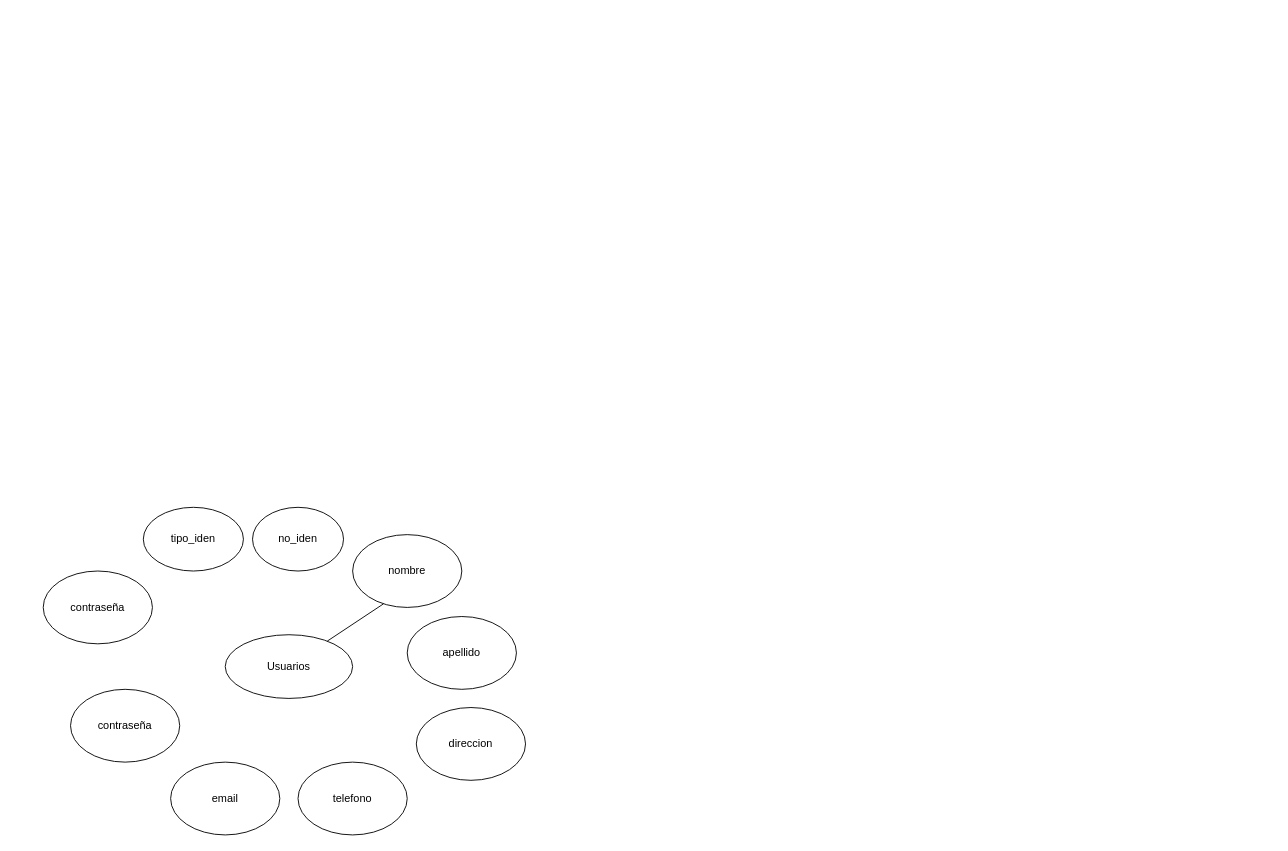
This is Proyecto_Desarrollo.drawio from Memo231823/ProyectoP, a draw.io file, before an edit. Source tidied: cells renumbered, new cells numbered last; positions are measured from the earlier drawing's top-left corner, leaving out a move shared by most shapes. Both pictures are drawn from the tidied source at 91%, with x=0, y=0 at pixel (43, 507).
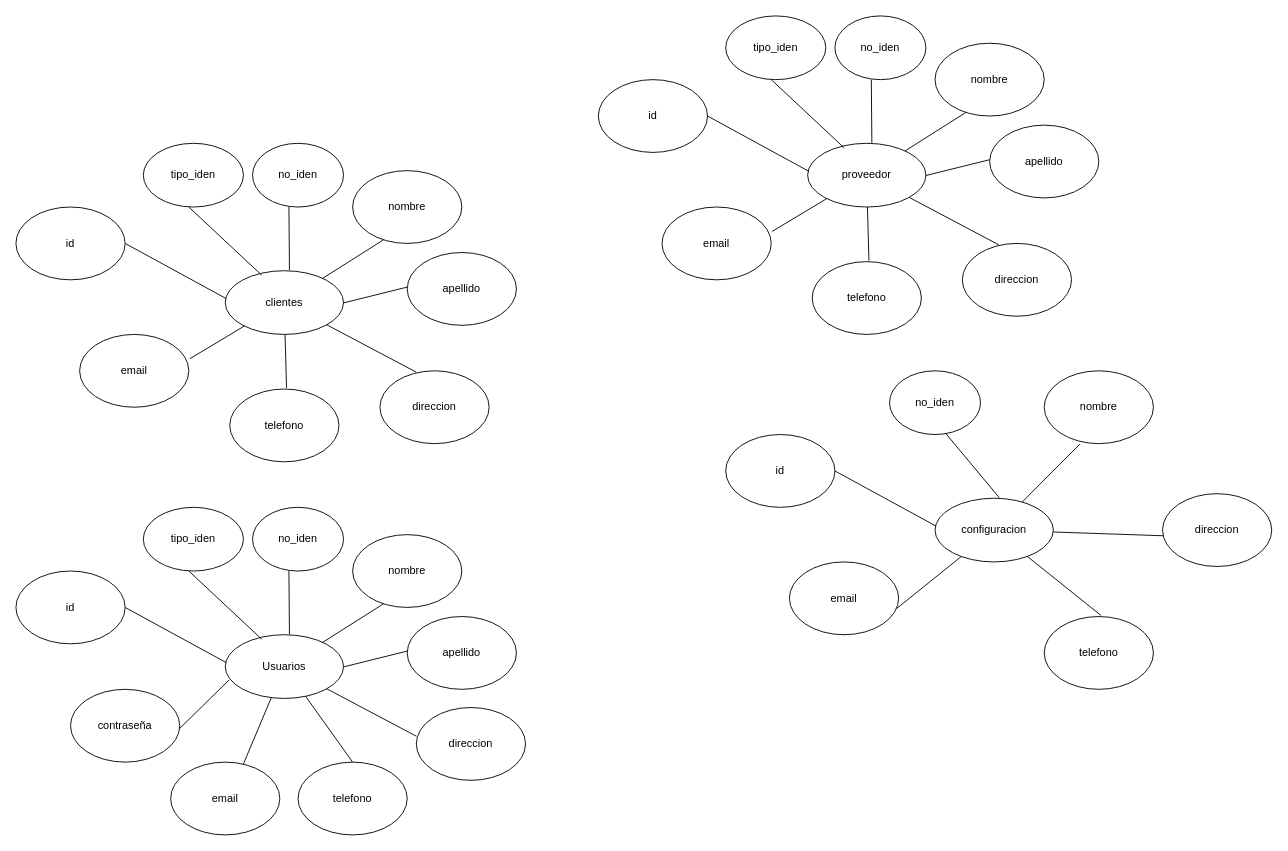
The same page after the edit.

What changed in the source:
```diff
@@
     <mxCell id="2" value="Usuarios" style="ellipse;whiteSpace=wrap;html=1;" parent="1" vertex="1">
-      <mxGeometry x="200" y="140" width="140" height="70" as="geometry" />
+      <mxGeometry x="200" y="140" width="130" height="70" as="geometry" />
     </mxCell>
@@
-    <mxCell id="11" value="contraseña" style="ellipse;whiteSpace=wrap;html=1;" parent="1" vertex="1">
-      <mxGeometry y="70" width="120" height="80" as="geometry" />
-    </mxCell>
@@
+    <mxCell id="13" style="endArrow=none;html=1;rounded=0;exitX=0.998;exitY=0.506;exitDx=0;exitDy=0;exitPerimeter=0;" parent="1" edge="1" source="2">
+      <mxGeometry relative="1" as="geometry">
+        <mxPoint x="400" y="158" as="targetPoint" />
+      </mxGeometry>
+    </mxCell>
+    <mxCell id="14" style="endArrow=none;html=1;rounded=0;" parent="1" edge="1" source="2">
+      <mxGeometry relative="1" as="geometry">
+        <mxPoint x="410" y="251.5" as="targetPoint" />
+      </mxGeometry>
+    </mxCell>
+    <mxCell id="15" value="id" style="ellipse;whiteSpace=wrap;html=1;" parent="1" vertex="1">
+      <mxGeometry x="-30" y="70" width="120" height="80" as="geometry" />
+    </mxCell>
+    <mxCell id="16" style="endArrow=none;html=1;rounded=0;" parent="1" edge="1" source="2">
+      <mxGeometry relative="1" as="geometry">
+        <mxPoint x="340" y="280" as="targetPoint" />
+      </mxGeometry>
+    </mxCell>
+    <mxCell id="17" style="endArrow=none;html=1;rounded=0;" parent="1" edge="1" source="2">
+      <mxGeometry relative="1" as="geometry">
+        <mxPoint x="220" y="282" as="targetPoint" />
+      </mxGeometry>
+    </mxCell>
+    <mxCell id="18" style="endArrow=none;html=1;rounded=0;exitX=0.032;exitY=0.711;exitDx=0;exitDy=0;exitPerimeter=0;" parent="1" edge="1" source="2">
+      <mxGeometry relative="1" as="geometry">
+        <mxPoint x="150" y="243" as="targetPoint" />
+      </mxGeometry>
+    </mxCell>
+    <mxCell id="19" style="endArrow=none;html=1;rounded=0;exitX=0.008;exitY=0.437;exitDx=0;exitDy=0;exitPerimeter=0;" parent="1" edge="1" source="2">
+      <mxGeometry relative="1" as="geometry">
+        <mxPoint x="90" y="110" as="targetPoint" />
+      </mxGeometry>
+    </mxCell>
+    <mxCell id="20" style="endArrow=none;html=1;rounded=0;exitX=0.309;exitY=0.071;exitDx=0;exitDy=0;exitPerimeter=0;" parent="1" edge="1" source="2">
+      <mxGeometry relative="1" as="geometry">
+        <mxPoint x="160" y="70" as="targetPoint" />
+      </mxGeometry>
+    </mxCell>
+    <mxCell id="21" style="endArrow=none;html=1;rounded=0;exitX=0.543;exitY=-0.009;exitDx=0;exitDy=0;exitPerimeter=0;" parent="1" edge="1" source="2">
+      <mxGeometry relative="1" as="geometry">
+        <mxPoint x="270" y="70" as="targetPoint" />
+      </mxGeometry>
+    </mxCell>
+    <mxCell id="22" value="clientes" style="ellipse;whiteSpace=wrap;html=1;" parent="1" vertex="1">
+      <mxGeometry x="200" y="-260" width="130" height="70" as="geometry" />
+    </mxCell>
+    <mxCell id="23" value="tipo_iden" style="ellipse;whiteSpace=wrap;html=1;" parent="1" vertex="1">
+      <mxGeometry x="110" y="-400" width="110" height="70" as="geometry" />
+    </mxCell>
+    <mxCell id="24" value="no_iden" style="ellipse;whiteSpace=wrap;html=1;" parent="1" vertex="1">
+      <mxGeometry x="230" y="-400" width="100" height="70" as="geometry" />
+    </mxCell>
+    <mxCell id="25" value="nombre" style="ellipse;whiteSpace=wrap;html=1;" parent="1" vertex="1">
+      <mxGeometry x="340" y="-370" width="120" height="80" as="geometry" />
+    </mxCell>
+    <mxCell id="26" value="apellido" style="ellipse;whiteSpace=wrap;html=1;" parent="1" vertex="1">
+      <mxGeometry x="400" y="-280" width="120" height="80" as="geometry" />
+    </mxCell>
+    <mxCell id="27" value="direccion" style="ellipse;whiteSpace=wrap;html=1;" parent="1" vertex="1">
+      <mxGeometry x="370" y="-150" width="120" height="80" as="geometry" />
+    </mxCell>
+    <mxCell id="28" value="telefono" style="ellipse;whiteSpace=wrap;html=1;" parent="1" vertex="1">
+      <mxGeometry x="205" y="-130" width="120" height="80" as="geometry" />
+    </mxCell>
+    <mxCell id="29" value="email" style="ellipse;whiteSpace=wrap;html=1;" parent="1" vertex="1">
+      <mxGeometry x="40" y="-190" width="120" height="80" as="geometry" />
+    </mxCell>
+    <mxCell id="30" style="endArrow=none;html=1;rounded=0;" parent="1" edge="1" source="22">
+      <mxGeometry relative="1" as="geometry">
+        <mxPoint x="374" y="-294" as="targetPoint" />
+      </mxGeometry>
+    </mxCell>
+    <mxCell id="31" style="endArrow=none;html=1;rounded=0;exitX=0.998;exitY=0.506;exitDx=0;exitDy=0;exitPerimeter=0;" parent="1" edge="1" source="22">
+      <mxGeometry relative="1" as="geometry">
+        <mxPoint x="400" y="-242" as="targetPoint" />
+      </mxGeometry>
+    </mxCell>
+    <mxCell id="32" style="endArrow=none;html=1;rounded=0;" parent="1" edge="1" source="22">
+      <mxGeometry relative="1" as="geometry">
+        <mxPoint x="410" y="-148.5" as="targetPoint" />
+      </mxGeometry>
+    </mxCell>
+    <mxCell id="33" value="id" style="ellipse;whiteSpace=wrap;html=1;" parent="1" vertex="1">
+      <mxGeometry x="-30" y="-330" width="120" height="80" as="geometry" />
+    </mxCell>
+    <mxCell id="34" style="endArrow=none;html=1;rounded=0;entryX=0.52;entryY=-0.015;entryDx=0;entryDy=0;entryPerimeter=0;" parent="1" edge="1" source="22" target="28">
+      <mxGeometry relative="1" as="geometry" />
+    </mxCell>
+    <mxCell id="35" style="endArrow=none;html=1;rounded=0;entryX=1.008;entryY=0.335;entryDx=0;entryDy=0;entryPerimeter=0;" parent="1" edge="1" source="22" target="29">
+      <mxGeometry relative="1" as="geometry" />
+    </mxCell>
+    <mxCell id="36" style="endArrow=none;html=1;rounded=0;exitX=0.008;exitY=0.437;exitDx=0;exitDy=0;exitPerimeter=0;" parent="1" edge="1" source="22">
+      <mxGeometry relative="1" as="geometry">
+        <mxPoint x="90" y="-290" as="targetPoint" />
+      </mxGeometry>
+    </mxCell>
+    <mxCell id="37" style="endArrow=none;html=1;rounded=0;exitX=0.309;exitY=0.071;exitDx=0;exitDy=0;exitPerimeter=0;" parent="1" edge="1" source="22">
+      <mxGeometry relative="1" as="geometry">
+        <mxPoint x="160" y="-330" as="targetPoint" />
+      </mxGeometry>
+    </mxCell>
+    <mxCell id="38" style="endArrow=none;html=1;rounded=0;exitX=0.543;exitY=-0.009;exitDx=0;exitDy=0;exitPerimeter=0;" parent="1" edge="1" source="22">
+      <mxGeometry relative="1" as="geometry">
+        <mxPoint x="270" y="-330" as="targetPoint" />
+      </mxGeometry>
+    </mxCell>
+    <mxCell id="39" value="proveedor" style="ellipse;whiteSpace=wrap;html=1;" parent="1" vertex="1">
+      <mxGeometry x="840" y="-400" width="130" height="70" as="geometry" />
+    </mxCell>
+    <mxCell id="40" value="tipo_iden" style="ellipse;whiteSpace=wrap;html=1;" parent="1" vertex="1">
+      <mxGeometry x="750" y="-540" width="110" height="70" as="geometry" />
+    </mxCell>
+    <mxCell id="41" value="no_iden" style="ellipse;whiteSpace=wrap;html=1;" parent="1" vertex="1">
+      <mxGeometry x="870" y="-540" width="100" height="70" as="geometry" />
+    </mxCell>
+    <mxCell id="42" value="nombre" style="ellipse;whiteSpace=wrap;html=1;" parent="1" vertex="1">
+      <mxGeometry x="980" y="-510" width="120" height="80" as="geometry" />
+    </mxCell>
+    <mxCell id="43" value="apellido" style="ellipse;whiteSpace=wrap;html=1;" parent="1" vertex="1">
+      <mxGeometry x="1040" y="-420" width="120" height="80" as="geometry" />
+    </mxCell>
+    <mxCell id="44" value="direccion" style="ellipse;whiteSpace=wrap;html=1;" parent="1" vertex="1">
+      <mxGeometry x="1010" y="-290" width="120" height="80" as="geometry" />
+    </mxCell>
+    <mxCell id="45" value="telefono" style="ellipse;whiteSpace=wrap;html=1;" parent="1" vertex="1">
+      <mxGeometry x="845" y="-270" width="120" height="80" as="geometry" />
+    </mxCell>
+    <mxCell id="46" value="email" style="ellipse;whiteSpace=wrap;html=1;" parent="1" vertex="1">
+      <mxGeometry x="680" y="-330" width="120" height="80" as="geometry" />
+    </mxCell>
+    <mxCell id="47" style="endArrow=none;html=1;rounded=0;" parent="1" edge="1" source="39">
+      <mxGeometry relative="1" as="geometry">
+        <mxPoint x="1014" y="-434" as="targetPoint" />
+      </mxGeometry>
+    </mxCell>
+    <mxCell id="48" style="endArrow=none;html=1;rounded=0;exitX=0.998;exitY=0.506;exitDx=0;exitDy=0;exitPerimeter=0;" parent="1" edge="1" source="39">
+      <mxGeometry relative="1" as="geometry">
+        <mxPoint x="1040" y="-382" as="targetPoint" />
+      </mxGeometry>
+    </mxCell>
+    <mxCell id="49" style="endArrow=none;html=1;rounded=0;" parent="1" edge="1" source="39">
+      <mxGeometry relative="1" as="geometry">
+        <mxPoint x="1050" y="-288.5" as="targetPoint" />
+      </mxGeometry>
+    </mxCell>
+    <mxCell id="50" value="id" style="ellipse;whiteSpace=wrap;html=1;" parent="1" vertex="1">
+      <mxGeometry x="610" y="-470" width="120" height="80" as="geometry" />
+    </mxCell>
+    <mxCell id="51" style="endArrow=none;html=1;rounded=0;entryX=0.52;entryY=-0.015;entryDx=0;entryDy=0;entryPerimeter=0;" parent="1" edge="1" source="39" target="45">
+      <mxGeometry relative="1" as="geometry" />
+    </mxCell>
+    <mxCell id="52" style="endArrow=none;html=1;rounded=0;entryX=1.008;entryY=0.335;entryDx=0;entryDy=0;entryPerimeter=0;" parent="1" edge="1" source="39" target="46">
+      <mxGeometry relative="1" as="geometry" />
+    </mxCell>
+    <mxCell id="53" style="endArrow=none;html=1;rounded=0;exitX=0.008;exitY=0.437;exitDx=0;exitDy=0;exitPerimeter=0;" parent="1" edge="1" source="39">
+      <mxGeometry relative="1" as="geometry">
+        <mxPoint x="730" y="-430" as="targetPoint" />
+      </mxGeometry>
+    </mxCell>
+    <mxCell id="54" style="endArrow=none;html=1;rounded=0;exitX=0.309;exitY=0.071;exitDx=0;exitDy=0;exitPerimeter=0;" parent="1" edge="1" source="39">
+      <mxGeometry relative="1" as="geometry">
+        <mxPoint x="800" y="-470" as="targetPoint" />
+      </mxGeometry>
+    </mxCell>
+    <mxCell id="55" style="endArrow=none;html=1;rounded=0;exitX=0.543;exitY=-0.009;exitDx=0;exitDy=0;exitPerimeter=0;" parent="1" edge="1" source="39">
+      <mxGeometry relative="1" as="geometry">
+        <mxPoint x="910" y="-470" as="targetPoint" />
+      </mxGeometry>
+    </mxCell>
+    <mxCell id="56" value="configuracion" style="ellipse;whiteSpace=wrap;html=1;" parent="1" vertex="1">
+      <mxGeometry x="980" y="-10" width="130" height="70" as="geometry" />
+    </mxCell>
+    <mxCell id="57" value="no_iden" style="ellipse;whiteSpace=wrap;html=1;" parent="1" vertex="1">
+      <mxGeometry x="930" y="-150" width="100" height="70" as="geometry" />
+    </mxCell>
+    <mxCell id="58" value="nombre" style="ellipse;whiteSpace=wrap;html=1;" parent="1" vertex="1">
+      <mxGeometry x="1100" y="-150" width="120" height="80" as="geometry" />
+    </mxCell>
+    <mxCell id="59" value="direccion" style="ellipse;whiteSpace=wrap;html=1;" parent="1" vertex="1">
+      <mxGeometry x="1230" y="-15" width="120" height="80" as="geometry" />
+    </mxCell>
+    <mxCell id="60" value="telefono" style="ellipse;whiteSpace=wrap;html=1;" parent="1" vertex="1">
+      <mxGeometry x="1100" y="120" width="120" height="80" as="geometry" />
+    </mxCell>
+    <mxCell id="61" value="email" style="ellipse;whiteSpace=wrap;html=1;" parent="1" vertex="1">
+      <mxGeometry x="820" y="60" width="120" height="80" as="geometry" />
+    </mxCell>
+    <mxCell id="62" style="endArrow=none;html=1;rounded=0;entryX=0.328;entryY=1.005;entryDx=0;entryDy=0;entryPerimeter=0;" parent="1" edge="1" source="56" target="58">
+      <mxGeometry relative="1" as="geometry" />
+    </mxCell>
+    <mxCell id="63" style="endArrow=none;html=1;rounded=0;entryX=0.005;entryY=0.578;entryDx=0;entryDy=0;entryPerimeter=0;" parent="1" edge="1" source="56" target="59">
+      <mxGeometry relative="1" as="geometry" />
+    </mxCell>
+    <mxCell id="64" value="id" style="ellipse;whiteSpace=wrap;html=1;" parent="1" vertex="1">
+      <mxGeometry x="750" y="-80" width="120" height="80" as="geometry" />
+    </mxCell>
+    <mxCell id="65" style="endArrow=none;html=1;rounded=0;entryX=0.52;entryY=-0.015;entryDx=0;entryDy=0;entryPerimeter=0;" parent="1" edge="1" source="56" target="60">
+      <mxGeometry relative="1" as="geometry" />
+    </mxCell>
+    <mxCell id="66" style="endArrow=none;html=1;rounded=0;entryX=0.982;entryY=0.64;entryDx=0;entryDy=0;entryPerimeter=0;" parent="1" edge="1" source="56" target="61">
+      <mxGeometry relative="1" as="geometry" />
+    </mxCell>
+    <mxCell id="67" style="endArrow=none;html=1;rounded=0;exitX=0.008;exitY=0.437;exitDx=0;exitDy=0;exitPerimeter=0;" parent="1" edge="1" source="56">
+      <mxGeometry relative="1" as="geometry">
+        <mxPoint x="870" y="-40" as="targetPoint" />
+      </mxGeometry>
+    </mxCell>
+    <mxCell id="68" style="endArrow=none;html=1;rounded=0;exitX=0.543;exitY=-0.009;exitDx=0;exitDy=0;exitPerimeter=0;entryX=0.614;entryY=0.977;entryDx=0;entryDy=0;entryPerimeter=0;" parent="1" edge="1" source="56" target="57">
+      <mxGeometry relative="1" as="geometry" />
+    </mxCell>
```
